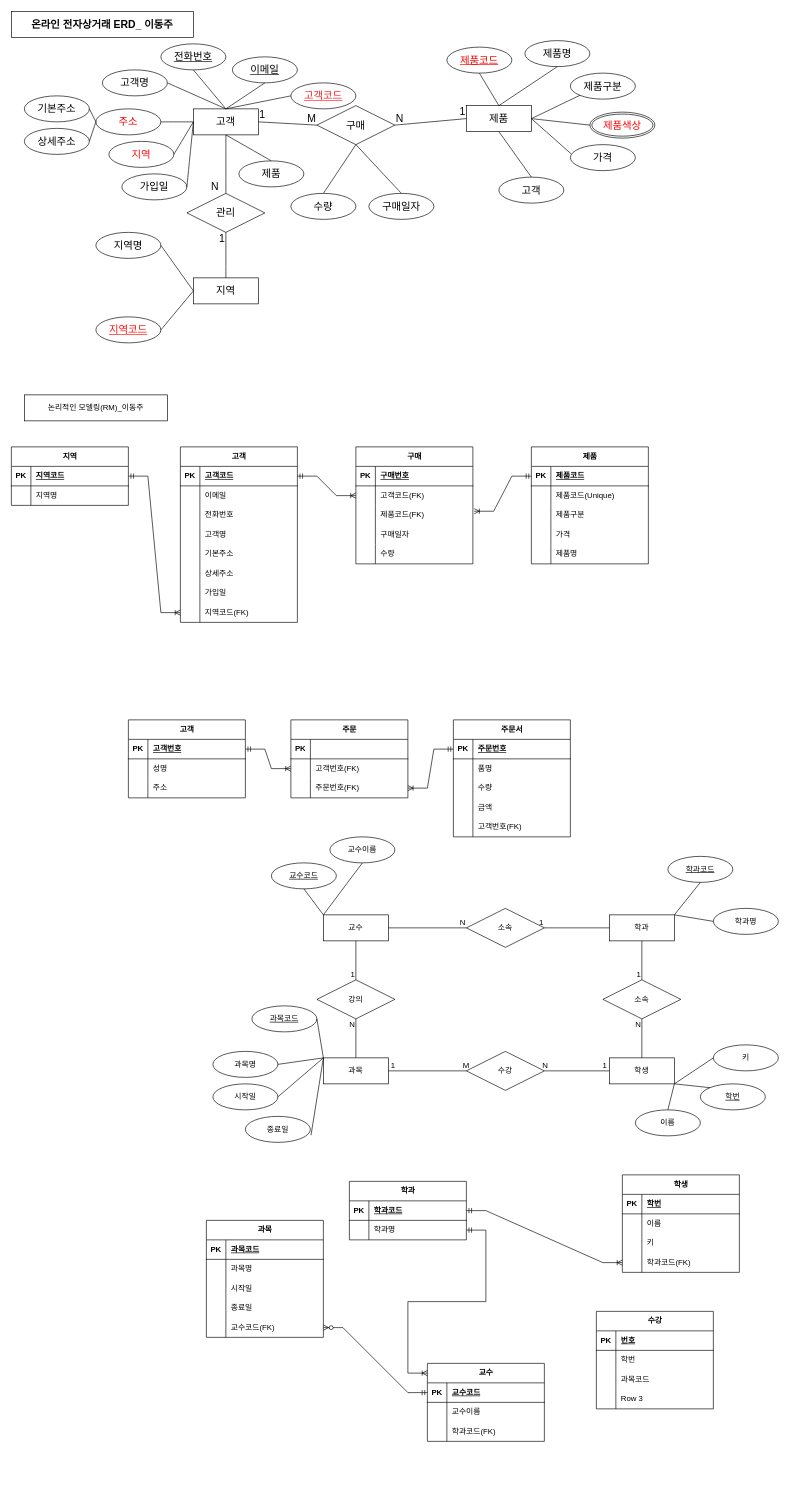
dongju12/bigdata keeps this draw.io diagram as Java Study/제목 없는 다이어그램.drawio. Above is the earlier version. Source tidied: cells renumbered, new cells numbered last; positions are measured from the earlier drawing's top-left corner, leaving out a move shared by most shapes. Both pictures are drawn from the tidied source at 65%, with x=0, y=0 at pixel (11, 11).
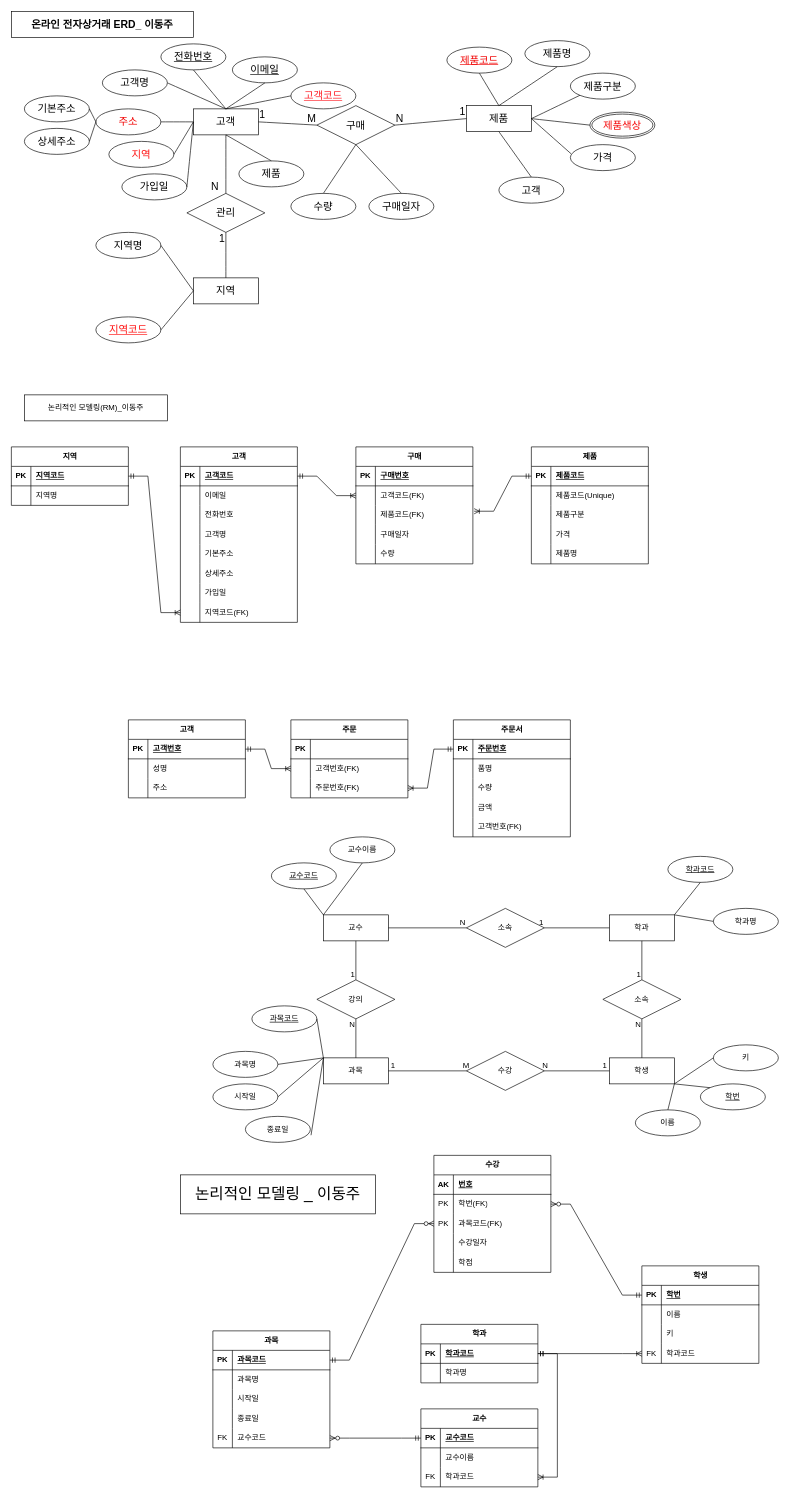
The same page after the edit.

Commit message:
제목 없는 다이어그램.drawio 업데이트

Unchanged cells that the change refers to:
```xml
<mxCell id="214" style="shape=tableRow;horizontal=0;startSize=0;swimlaneHead=0;swimlaneBody=0;fillColor=none;points=[[0,0.5],[1,0.5]];portConstraint=eastwest;top=0;left=0;right=0;bottom=1;" parent="213" vertex="1">
  <mxGeometry y="30" width="180" height="30" as="geometry" />
</mxCell>
<mxCell id="220" style="shape=tableRow;horizontal=0;startSize=0;swimlaneHead=0;swimlaneBody=0;fillColor=none;points=[[0,0.5],[1,0.5]];portConstraint=eastwest;top=0;left=0;right=0;bottom=0;" parent="213" vertex="1">
  <mxGeometry y="90" width="180" height="30" as="geometry" />
</mxCell>
<mxCell id="224" style="shape=tableRow;horizontal=0;startSize=0;swimlaneHead=0;swimlaneBody=0;fillColor=none;points=[[0,0.5],[1,0.5]];portConstraint=eastwest;top=0;left=0;right=0;bottom=1;" parent="223" vertex="1">
  <mxGeometry y="30" width="180" height="30" as="geometry" />
</mxCell>
<mxCell id="227" style="shape=tableRow;horizontal=0;startSize=0;swimlaneHead=0;swimlaneBody=0;fillColor=none;points=[[0,0.5],[1,0.5]];portConstraint=eastwest;top=0;left=0;right=0;bottom=0;" parent="223" vertex="1">
  <mxGeometry y="60" width="180" height="30" as="geometry" />
</mxCell>
<mxCell id="231" style="shape=tableRow;horizontal=0;startSize=0;swimlaneHead=0;swimlaneBody=0;fillColor=none;points=[[0,0.5],[1,0.5]];portConstraint=eastwest;top=0;left=0;right=0;bottom=1;" parent="230" vertex="1">
  <mxGeometry y="30" width="180" height="30" as="geometry" />
</mxCell>
<mxCell id="243" style="shape=tableRow;horizontal=0;startSize=0;swimlaneHead=0;swimlaneBody=0;fillColor=none;points=[[0,0.5],[1,0.5]];portConstraint=eastwest;top=0;left=0;right=0;bottom=0;" parent="230" vertex="1">
  <mxGeometry y="150" width="180" height="30" as="geometry" />
</mxCell>
<mxCell id="247" style="shape=tableRow;horizontal=0;startSize=0;swimlaneHead=0;swimlaneBody=0;fillColor=none;points=[[0,0.5],[1,0.5]];portConstraint=eastwest;top=0;left=0;right=0;bottom=1;" parent="246" vertex="1">
  <mxGeometry y="30" width="180" height="30" as="geometry" />
</mxCell>
<mxCell id="256" style="shape=tableRow;horizontal=0;startSize=0;swimlaneHead=0;swimlaneBody=0;fillColor=none;points=[[0,0.5],[1,0.5]];portConstraint=eastwest;top=0;left=0;right=0;bottom=0;" parent="246" vertex="1">
  <mxGeometry y="120" width="180" height="30" as="geometry" />
</mxCell>
<mxCell id="260" style="shape=tableRow;horizontal=0;startSize=0;swimlaneHead=0;swimlaneBody=0;fillColor=none;top=0;left=0;right=0;bottom=1;" parent="259" vertex="1">
  <mxGeometry y="30" width="180" height="30" as="geometry" />
</mxCell>
<mxCell id="263" style="shape=tableRow;horizontal=0;startSize=0;swimlaneHead=0;swimlaneBody=0;fillColor=none;points=[[0,0.5],[1,0.5]];portConstraint=eastwest;top=0;left=0;right=0;bottom=0;" parent="259" vertex="1">
  <mxGeometry y="60" width="180" height="30" as="geometry" />
</mxCell>
<mxCell id="266" style="shape=tableRow;horizontal=0;startSize=0;swimlaneHead=0;swimlaneBody=0;fillColor=none;points=[[0,0.5],[1,0.5]];portConstraint=eastwest;top=0;left=0;right=0;bottom=0;" parent="259" vertex="1">
  <mxGeometry y="90" width="180" height="30" as="geometry" />
</mxCell>
<mxCell id="269" style="shape=tableRow;horizontal=0;startSize=0;swimlaneHead=0;swimlaneBody=0;fillColor=none;top=0;left=0;right=0;bottom=0;" parent="259" vertex="1">
  <mxGeometry y="120" width="180" height="30" as="geometry" />
</mxCell>
```

What changed in the source:
```diff
@@
     <mxCell id="213" value="교수" style="shape=table;startSize=30;childLayout=tableLayout;rowLines=0;fontStyle=1;align=center;html=1;" parent="1" vertex="1">
-      <mxGeometry x="640" y="2080" width="180" height="120" as="geometry" />
+      <mxGeometry x="630" y="2150" width="180" height="120" as="geometry" />
     </mxCell>
@@
-    <mxCell id="221" style="shape=partialRectangle;fillColor=none;top=0;left=0;bottom=0;right=0;overflow=hidden;whiteSpace=wrap;html=1;" parent="220" vertex="1">
+    <mxCell id="221" value="FK" style="shape=partialRectangle;fillColor=none;top=0;left=0;bottom=0;right=0;overflow=hidden;whiteSpace=wrap;html=1;" parent="220" vertex="1">
       <mxGeometry width="30" height="30" as="geometry" />
     </mxCell>
-    <mxCell id="222" value="학과코드(FK)" style="shape=partialRectangle;fillColor=none;top=0;left=0;bottom=0;right=0;align=left;spacingLeft=6;overflow=hidden;whiteSpace=wrap;html=1;" parent="220" vertex="1">
+    <mxCell id="222" value="학과코드" style="shape=partialRectangle;fillColor=none;top=0;left=0;bottom=0;right=0;align=left;spacingLeft=6;overflow=hidden;whiteSpace=wrap;html=1;" parent="220" vertex="1">
       <mxGeometry x="30" width="150" height="30" as="geometry" />
     </mxCell>
     <mxCell id="223" value="학과" style="shape=table;startSize=30;childLayout=tableLayout;rowLines=0;fontStyle=1;align=center;html=1;" parent="1" vertex="1">
-      <mxGeometry x="520" y="1800" width="180" height="90" as="geometry" />
+      <mxGeometry x="630" y="2020" width="180" height="90" as="geometry" />
     </mxCell>
@@
     <mxCell id="230" value="과목" style="shape=table;startSize=30;childLayout=tableLayout;rowLines=0;fontStyle=1;align=center;html=1;" parent="1" vertex="1">
-      <mxGeometry x="300" y="1860" width="180" height="180" as="geometry" />
+      <mxGeometry x="310" y="2030" width="180" height="180" as="geometry" />
     </mxCell>
@@
-    <mxCell id="244" style="shape=partialRectangle;fillColor=none;top=0;left=0;bottom=0;right=0;overflow=hidden;whiteSpace=wrap;html=1;" parent="243" vertex="1">
+    <mxCell id="244" value="FK" style="shape=partialRectangle;fillColor=none;top=0;left=0;bottom=0;right=0;overflow=hidden;whiteSpace=wrap;html=1;" parent="243" vertex="1">
       <mxGeometry width="30" height="30" as="geometry" />
     </mxCell>
-    <mxCell id="245" value="교수코드(FK)" style="shape=partialRectangle;fillColor=none;top=0;left=0;bottom=0;right=0;align=left;spacingLeft=6;overflow=hidden;whiteSpace=wrap;html=1;" parent="243" vertex="1">
+    <mxCell id="245" value="교수코드" style="shape=partialRectangle;fillColor=none;top=0;left=0;bottom=0;right=0;align=left;spacingLeft=6;overflow=hidden;whiteSpace=wrap;html=1;" parent="243" vertex="1">
       <mxGeometry x="30" width="150" height="30" as="geometry" />
     </mxCell>
     <mxCell id="246" value="학생" style="shape=table;startSize=30;childLayout=tableLayout;rowLines=0;fontStyle=1;align=center;html=1;" parent="1" vertex="1">
-      <mxGeometry x="940" y="1790" width="180" height="150" as="geometry" />
+      <mxGeometry x="970" y="1930" width="180" height="150" as="geometry" />
     </mxCell>
@@
-    <mxCell id="257" style="shape=partialRectangle;fillColor=none;top=0;left=0;bottom=0;right=0;overflow=hidden;whiteSpace=wrap;html=1;" parent="256" vertex="1">
+    <mxCell id="257" value="FK" style="shape=partialRectangle;fillColor=none;top=0;left=0;bottom=0;right=0;overflow=hidden;whiteSpace=wrap;html=1;" parent="256" vertex="1">
       <mxGeometry width="30" height="30" as="geometry" />
     </mxCell>
-    <mxCell id="258" value="학과코드(FK)" style="shape=partialRectangle;fillColor=none;top=0;left=0;bottom=0;right=0;align=left;spacingLeft=6;overflow=hidden;whiteSpace=wrap;html=1;" parent="256" vertex="1">
+    <mxCell id="258" value="학과코드" style="shape=partialRectangle;fillColor=none;top=0;left=0;bottom=0;right=0;align=left;spacingLeft=6;overflow=hidden;whiteSpace=wrap;html=1;" parent="256" vertex="1">
       <mxGeometry x="30" width="150" height="30" as="geometry" />
     </mxCell>
     <mxCell id="259" value="수강" style="shape=table;startSize=30;childLayout=tableLayout;rowLines=0;fontStyle=1;align=center;html=1;" parent="1" vertex="1">
-      <mxGeometry x="900" y="2000" width="180" height="150" as="geometry" />
+      <mxGeometry x="650" y="1760" width="180" height="180" as="geometry" />
     </mxCell>
@@
-    <mxCell id="261" value="PK" style="shape=partialRectangle;fillColor=none;top=0;left=0;bottom=0;right=0;fontStyle=1;overflow=hidden;whiteSpace=wrap;html=1;" parent="260" vertex="1">
+    <mxCell id="261" value="AK" style="shape=partialRectangle;fillColor=none;top=0;left=0;bottom=0;right=0;fontStyle=1;overflow=hidden;whiteSpace=wrap;html=1;" parent="260" vertex="1">
       <mxGeometry width="30" height="30" as="geometry" />
     </mxCell>
@@
-    <mxCell id="264" style="shape=partialRectangle;fillColor=none;top=0;left=0;bottom=0;right=0;overflow=hidden;whiteSpace=wrap;html=1;" parent="263" vertex="1">
+    <mxCell id="264" value="PK" style="shape=partialRectangle;fillColor=none;top=0;left=0;bottom=0;right=0;overflow=hidden;whiteSpace=wrap;html=1;" parent="263" vertex="1">
       <mxGeometry width="30" height="30" as="geometry" />
     </mxCell>
-    <mxCell id="265" value="학번" style="shape=partialRectangle;fillColor=none;top=0;left=0;bottom=0;right=0;align=left;spacingLeft=6;overflow=hidden;whiteSpace=wrap;html=1;" parent="263" vertex="1">
+    <mxCell id="265" value="학번(FK)" style="shape=partialRectangle;fillColor=none;top=0;left=0;bottom=0;right=0;align=left;spacingLeft=6;overflow=hidden;whiteSpace=wrap;html=1;" parent="263" vertex="1">
       <mxGeometry x="30" width="150" height="30" as="geometry" />
     </mxCell>
@@
-    <mxCell id="267" style="shape=partialRectangle;fillColor=none;top=0;left=0;bottom=0;right=0;overflow=hidden;whiteSpace=wrap;html=1;" parent="266" vertex="1">
+    <mxCell id="267" value="PK" style="shape=partialRectangle;fillColor=none;top=0;left=0;bottom=0;right=0;overflow=hidden;whiteSpace=wrap;html=1;" parent="266" vertex="1">
       <mxGeometry width="30" height="30" as="geometry" />
     </mxCell>
-    <mxCell id="268" value="과목코드" style="shape=partialRectangle;fillColor=none;top=0;left=0;bottom=0;right=0;align=left;spacingLeft=6;overflow=hidden;whiteSpace=wrap;html=1;" parent="266" vertex="1">
+    <mxCell id="268" value="과목코드(FK)" style="shape=partialRectangle;fillColor=none;top=0;left=0;bottom=0;right=0;align=left;spacingLeft=6;overflow=hidden;whiteSpace=wrap;html=1;" parent="266" vertex="1">
       <mxGeometry x="30" width="150" height="30" as="geometry" />
     </mxCell>
@@
-    <mxCell id="270" style="shape=partialRectangle;fillColor=none;top=0;left=0;bottom=0;right=0;overflow=hidden;whiteSpace=wrap;html=1;" parent="269" vertex="1">
-      <mxGeometry width="30" height="30" as="geometry" />
-    </mxCell>
-    <mxCell id="271" value="Row 3" style="shape=partialRectangle;fillColor=none;top=0;left=0;bottom=0;right=0;align=left;spacingLeft=6;overflow=hidden;whiteSpace=wrap;html=1;" parent="269" vertex="1">
-      <mxGeometry x="30" width="150" height="30" as="geometry" />
-    </mxCell>
+    <mxCell id="275" style="shape=partialRectangle;fillColor=none;top=0;left=0;bottom=0;right=0;overflow=hidden;whiteSpace=wrap;html=1;" parent="269" vertex="1">
+      <mxGeometry width="30" height="30" as="geometry" />
+    </mxCell>
+    <mxCell id="276" value="수강일자" style="shape=partialRectangle;fillColor=none;top=0;left=0;bottom=0;right=0;align=left;spacingLeft=6;overflow=hidden;whiteSpace=wrap;html=1;" parent="269" vertex="1">
+      <mxGeometry x="30" width="150" height="30" as="geometry" />
+    </mxCell>
+    <mxCell id="277" style="shape=tableRow;horizontal=0;startSize=0;swimlaneHead=0;swimlaneBody=0;fillColor=none;top=0;left=0;right=0;bottom=0;" parent="259" vertex="1">
+      <mxGeometry y="150" width="180" height="30" as="geometry" />
+    </mxCell>
+    <mxCell id="278" style="shape=partialRectangle;fillColor=none;top=0;left=0;bottom=0;right=0;overflow=hidden;whiteSpace=wrap;html=1;" parent="277" vertex="1">
+      <mxGeometry width="30" height="30" as="geometry" />
+    </mxCell>
+    <mxCell id="279" value="학점" style="shape=partialRectangle;fillColor=none;top=0;left=0;bottom=0;right=0;align=left;spacingLeft=6;overflow=hidden;whiteSpace=wrap;html=1;" parent="277" vertex="1">
+      <mxGeometry x="30" width="150" height="30" as="geometry" />
+    </mxCell>
     <mxCell id="272" style="edgeStyle=entityRelationEdgeStyle;fontSize=12;html=1;endArrow=ERzeroToMany;startArrow=ERmandOne;rounded=0;entryX=1;entryY=0.5;entryDx=0;entryDy=0;exitX=0;exitY=0.5;exitDx=0;exitDy=0;" parent="1" edge="1" source="214" target="243">
       <mxGeometry relative="1" as="geometry">
         <Array as="points">
-          <mxPoint x="520" y="1700" />
+          <mxPoint x="530" y="1870" />
         </Array>
       </mxGeometry>
     </mxCell>
-    <mxCell id="273" style="edgeStyle=entityRelationEdgeStyle;fontSize=12;html=1;endArrow=ERoneToMany;startArrow=ERmandOne;rounded=0;entryX=0.5;entryY=0;entryDx=0;entryDy=0;exitX=1;exitY=0.5;exitDx=0;exitDy=0;" parent="1" edge="1" source="227">
-      <mxGeometry relative="1" as="geometry">
-        <mxPoint x="640" y="2095" as="targetPoint" />
-      </mxGeometry>
+    <mxCell id="273" style="edgeStyle=entityRelationEdgeStyle;fontSize=12;html=1;endArrow=ERoneToMany;startArrow=ERmandOne;rounded=0;exitX=1;exitY=0.5;exitDx=0;exitDy=0;" parent="1" edge="1" source="224" target="220">
+      <mxGeometry relative="1" as="geometry" />
     </mxCell>
@@
+    <mxCell id="280" style="edgeStyle=entityRelationEdgeStyle;fontSize=12;html=1;endArrow=ERzeroToMany;startArrow=ERmandOne;rounded=0;entryX=1;entryY=0.5;entryDx=0;entryDy=0;exitX=0;exitY=0.5;exitDx=0;exitDy=0;" parent="1" edge="1" source="247" target="263">
+      <mxGeometry relative="1" as="geometry" />
+    </mxCell>
+    <mxCell id="281" style="edgeStyle=entityRelationEdgeStyle;fontSize=12;html=1;endArrow=ERzeroToMany;startArrow=ERmandOne;rounded=0;entryX=0;entryY=0.5;entryDx=0;entryDy=0;exitX=1;exitY=0.5;exitDx=0;exitDy=0;" parent="1" edge="1" source="231" target="266">
+      <mxGeometry relative="1" as="geometry" />
+    </mxCell>
+    <mxCell id="282" value="&lt;font style=&quot;font-size: 24px; background-color: rgb(255, 255, 255);&quot;&gt;논리적인 모델링 _ 이동주&lt;/font&gt;" style="rounded=0;whiteSpace=wrap;html=1;" parent="1" vertex="1">
+      <mxGeometry x="260" y="1790" width="300" height="60" as="geometry" />
+    </mxCell>
```
